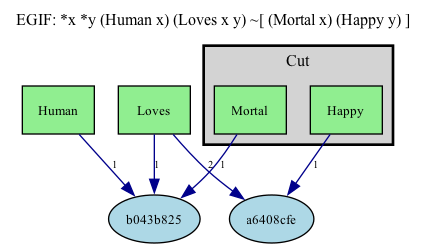
The Graphviz diagram visual_output/complex_mixed.png in mijahauan/Arisbe, before a commit. Its source is kept beside it as visual_output/complex_mixed.dot.
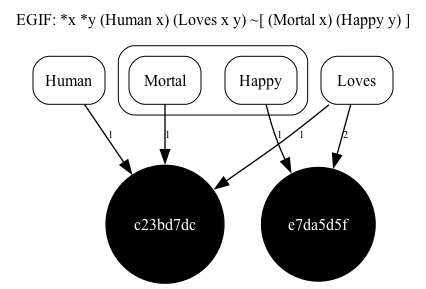
The same file after the commit.

Change to the diagram source:
```diff
@@ -1,31 +1,32 @@
 digraph EG {
   rankdir=TB;
   compound=true;
-  node [fontsize=10];
+  node [fontsize=12, fontname="Times-Roman"];
+  edge [penwidth=1.00, color=black];
 
   label="EGIF: *x *y (Human x) (Loves x y) ~[ (Mortal x) (Happy y) ]";
   labelloc="t";
   fontsize=12;
 
-  "pred_e_987f6577" [label="Loves", shape=box, style=filled, fillcolor=lightgreen];
-  "pred_e_72138b69" [label="Human", shape=box, style=filled, fillcolor=lightgreen];
-  "pred_e_57798f2b" [label="Happy", shape=box, style=filled, fillcolor=lightgreen];
-  "pred_e_2ed4e084" [label="Mortal", shape=box, style=filled, fillcolor=lightgreen];
-  "Vertex(id='v_b043b825', label=None, is_generic=True)" [label="b043b825", shape=ellipse, style=filled, fillcolor=lightblue];
-  "Vertex(id='v_a6408cfe', label=None, is_generic=True)" [label="a6408cfe", shape=ellipse, style=filled, fillcolor=lightblue];
+  "pred_e_1eb3df68" [label="Loves", shape=box, style=rounded, penwidth=0.75, fontname="Times-Roman"];
+  "pred_e_56686b91" [label="Mortal", shape=box, style=rounded, penwidth=0.75, fontname="Times-Roman"];
+  "pred_e_863fd40c" [label="Human", shape=box, style=rounded, penwidth=0.75, fontname="Times-Roman"];
+  "pred_e_166cf493" [label="Happy", shape=box, style=rounded, penwidth=0.75, fontname="Times-Roman"];
+  "Vertex(id='v_e7da5d5f', label=None, is_generic=True)" [label="e7da5d5f", shape=circle, width=0.069, height=0.069, style=filled, fillcolor=black, fontcolor=white, fontname="Times-Roman"];
+  "Vertex(id='v_c23bd7dc', label=None, is_generic=True)" [label="c23bd7dc", shape=circle, width=0.069, height=0.069, style=filled, fillcolor=black, fontcolor=white, fontname="Times-Roman"];
   subgraph cluster_0_0 {
-    label="Cut";
-    style=filled;
-    fillcolor=lightgray;
+    label="";
+    style="rounded,filled";
+    fillcolor=white;
     color=black;
-    penwidth=2;
-    "pred_e_57798f2b";
-    "pred_e_2ed4e084";
+    penwidth=0.75;
+    "pred_e_166cf493";
+    "pred_e_56686b91";
   }
 
-  "pred_e_987f6577" -> "Vertex(id='v_b043b825', label=None, is_generic=True)" [label="1", color=darkblue, fontsize=8];
-  "pred_e_987f6577" -> "Vertex(id='v_a6408cfe', label=None, is_generic=True)" [label="2", color=darkblue, fontsize=8];
-  "pred_e_72138b69" -> "Vertex(id='v_b043b825', label=None, is_generic=True)" [label="1", color=darkblue, fontsize=8];
-  "pred_e_57798f2b" -> "Vertex(id='v_a6408cfe', label=None, is_generic=True)" [label="1", color=darkblue, fontsize=8];
-  "pred_e_2ed4e084" -> "Vertex(id='v_b043b825', label=None, is_generic=True)" [label="1", color=darkblue, fontsize=8];
+  "pred_e_1eb3df68" -> "Vertex(id='v_c23bd7dc', label=None, is_generic=True)" [label="1", color=black, penwidth=1.00, fontsize=8, fontname="Times-Roman"];
+  "pred_e_1eb3df68" -> "Vertex(id='v_e7da5d5f', label=None, is_generic=True)" [label="2", color=black, penwidth=1.00, fontsize=8, fontname="Times-Roman"];
+  "pred_e_56686b91" -> "Vertex(id='v_c23bd7dc', label=None, is_generic=True)" [label="1", color=black, penwidth=1.00, fontsize=8, fontname="Times-Roman"];
+  "pred_e_863fd40c" -> "Vertex(id='v_c23bd7dc', label=None, is_generic=True)" [label="1", color=black, penwidth=1.00, fontsize=8, fontname="Times-Roman"];
+  "pred_e_166cf493" -> "Vertex(id='v_e7da5d5f', label=None, is_generic=True)" [label="1", color=black, penwidth=1.00, fontsize=8, fontname="Times-Roman"];
 }
```
